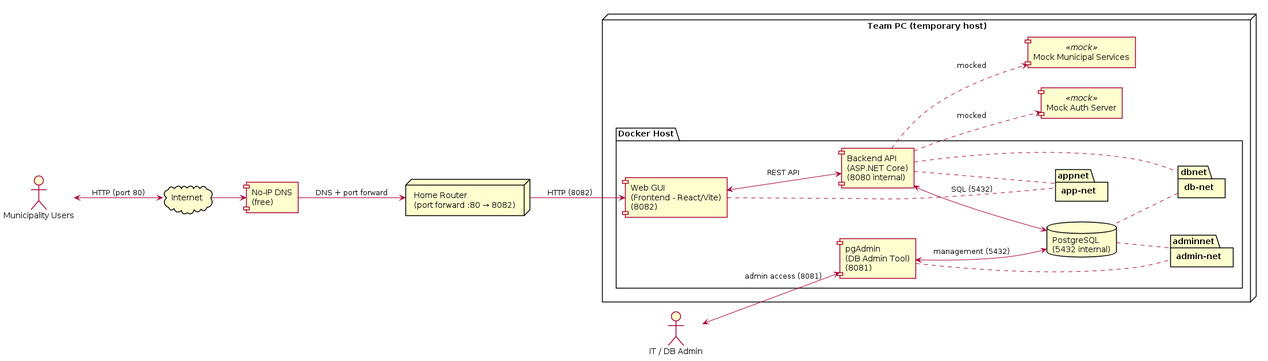
Above: docs/Stage A submission/uml/deployment_current.png in bbdaria/GhostHouses (PlantUML), before the change. Its source is kept beside it as docs/Stage A submission/uml/deployment_current.puml.
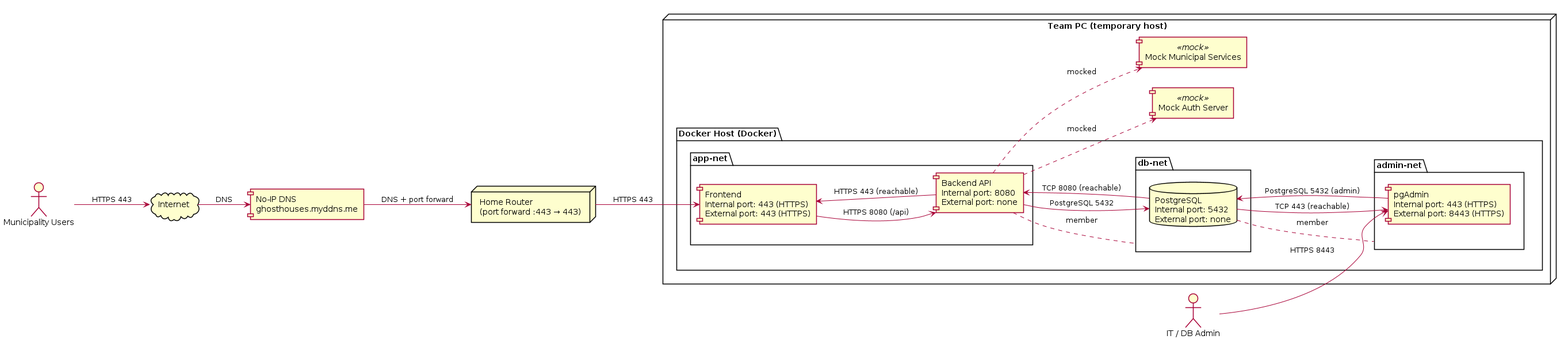
After the commit.

What changed in the source:
```diff
@@ -1,45 +1,51 @@
 @startuml
 skinparam shadowing false
-skinparam componentStyle rectangle
 skinparam packageStyle rectangle
 left to right direction
 
 actor "Municipality Users" as users
 actor "IT / DB Admin" as itadmin
 cloud "Internet" as internet
-component "No‑IP DNS\n(free)" as noip
-node "Home Router\n(port forward :80 → 8082)" as router
+component "No‑IP DNS\nghosthouses.myddns.me" as noip
+node "Home Router\n(port forward :443 → 443)" as router
 
 node "Team PC (temporary host)" {
-  package "Docker Host" {
-    component "Web GUI\n(Frontend - React/Vite)\n(8082)" as web
-    component "Backend API\n(ASP.NET Core)\n(8080 internal)" as api
-    database "PostgreSQL\n(5432 internal)" as db
-    component "pgAdmin\n(DB Admin Tool)\n(8081)" as pgadmin
+  package "Docker Host (Docker)" {
+    package "app-net" as appnet {
+      component "Frontend\nInternal port: 443 (HTTPS)\nExternal port: 443 (HTTPS)" as web
+      component "Backend API\nInternal port: 8080\nExternal port: none" as api
+    }
 
-    package "app-net" as appnet
-    package "db-net" as dbnet
-    package "admin-net" as adminnet
+    package "db-net" as dbnet {
+      database "PostgreSQL\nInternal port: 5432\nExternal port: none" as db
+    }
 
-    web .. appnet
-    api .. appnet
-    api .. dbnet
-    db .. dbnet
-    db .. adminnet
-    pgadmin .. adminnet
+    package "admin-net" as adminnet {
+      component "pgAdmin\nInternal port: 443 (HTTPS)\nExternal port: 8443 (HTTPS)" as pgadmin
+    }
+
+    api .. dbnet : member
+    db .. adminnet : member
   }
+
   component "Mock Auth Server" as mockauth <<mock>>
   component "Mock Municipal Services" as mocksvc <<mock>>
 }
 
-users <--> internet : HTTP (port 80)
-internet --> noip
+users --> internet : HTTPS 443
+internet --> noip : DNS
 noip --> router : DNS + port forward
-router --> web : HTTP (8082)
-web <--> api : REST API
-api <--> db : SQL (5432)
-pgadmin <--> db : management (5432)
-itadmin <--> pgadmin : admin access (8081)
+router --> web : HTTPS 443
+
+itadmin --> pgadmin : HTTPS 8443
+
+web --> api : HTTPS 8080 (/api)
+api --> web : HTTPS 443 (reachable)
+api --> db : PostgreSQL 5432
+pgadmin --> db : PostgreSQL 5432 (admin)
+db --> api : TCP 8080 (reachable)
+db --> pgadmin : TCP 443 (reachable)
+
 api ..> mockauth : mocked
 api ..> mocksvc : mocked
 
```
